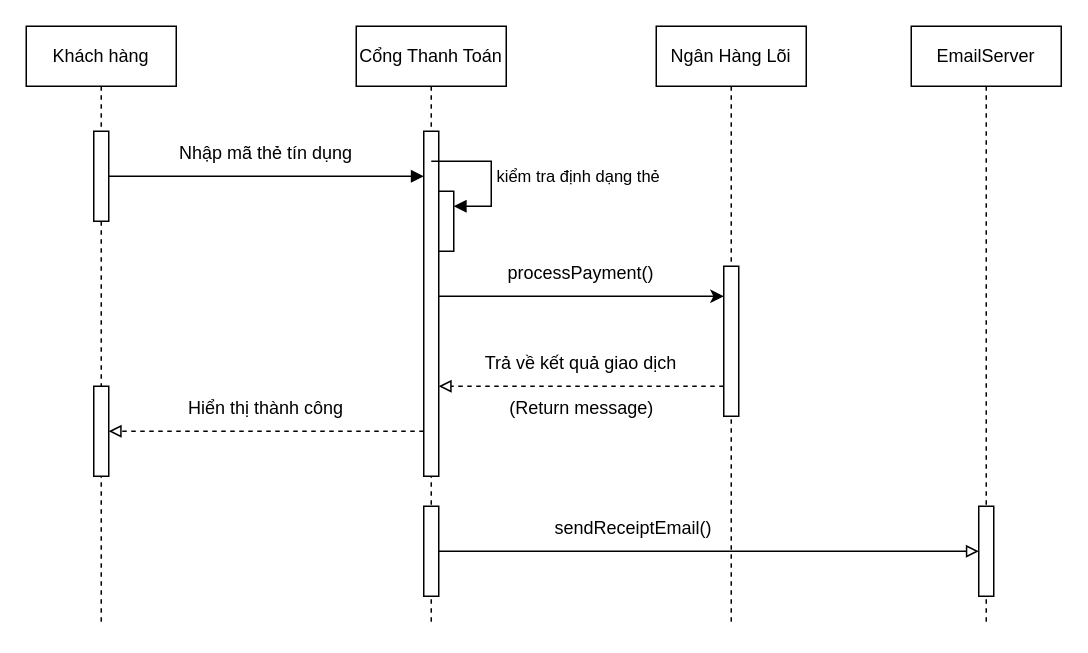
Before: B02.drawio in Yuk1n3IzHav/B25DTCN324_IT105_session_10_bai_2, a draw.io diagram. Source tidied: cells renumbered, new cells numbered last; positions are measured from the earlier drawing's top-left corner, leaving out a move shared by most shapes. Both pictures are drawn from the tidied source at 150%, with x=0, y=0 at pixel (26, 26).
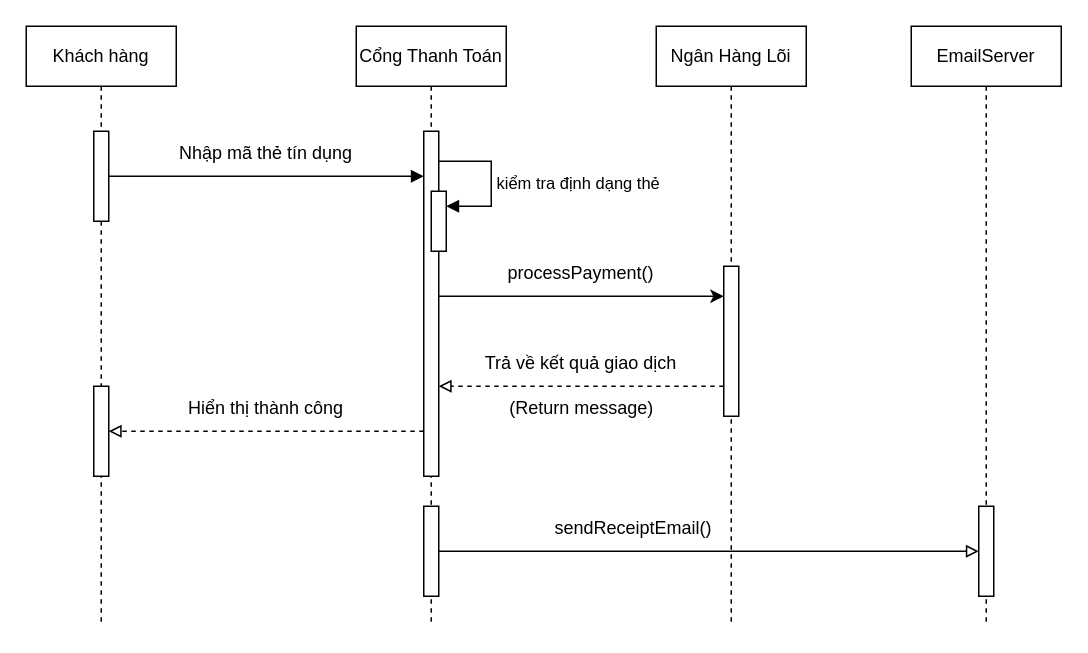
Above is the later version.

Unchanged cells that the change refers to:
```xml
<mxCell id="4" value="Cổng Thanh Toán" style="shape=umlLifeline;perimeter=lifelinePerimeter;whiteSpace=wrap;html=1;newEdgeStyle={&quot;curved&quot;:0,&quot;rounded&quot;:0};" parent="1" vertex="1">
  <mxGeometry x="220" width="100" height="400" as="geometry" />
</mxCell>
<mxCell id="5" style="html=1;points=[[0,0,0,0,5],[0,1,0,0,-5],[1,0,0,0,5],[1,1,0,0,-5]];perimeter=orthogonalPerimeter;outlineConnect=0;targetShapes=umlLifeline;portConstraint=eastwest;newEdgeStyle={&quot;curved&quot;:0,&quot;rounded&quot;:0};" parent="4" vertex="1">
  <mxGeometry x="45" y="70" width="10" height="230" as="geometry" />
</mxCell>
```

Change to the diagram source:
```diff
@@
-    <mxCell id="7" value="kiểm tra định dạng thẻ" style="html=1;align=left;spacingLeft=2;endArrow=block;rounded=0;edgeStyle=orthogonalEdgeStyle;curved=0;rounded=0;exitX=0.5;exitY=0.087;exitDx=0;exitDy=0;exitPerimeter=0;" parent="4" edge="1" source="5" target="8">
+    <mxCell id="7" value="kiểm tra định dạng thẻ" style="html=1;align=left;spacingLeft=2;endArrow=block;rounded=0;edgeStyle=orthogonalEdgeStyle;curved=0;rounded=0;" parent="4" edge="1" target="8">
       <mxGeometry x="0.05" relative="1" as="geometry">
+        <mxPoint x="55" y="90" as="sourcePoint" />
         <Array as="points">
           <mxPoint x="90" y="90" />
           <mxPoint x="90" y="120" />
         </Array>
       </mxGeometry>
     </mxCell>
     <mxCell id="8" style="html=1;points=[[0,0,0,0,5],[0,1,0,0,-5],[1,0,0,0,5],[1,1,0,0,-5]];perimeter=orthogonalPerimeter;outlineConnect=0;targetShapes=umlLifeline;portConstraint=eastwest;newEdgeStyle={&quot;curved&quot;:0,&quot;rounded&quot;:0};" parent="4" vertex="1">
-      <mxGeometry x="55" y="110" width="10" height="40" as="geometry" />
+      <mxGeometry x="50" y="110" width="10" height="40" as="geometry" />
     </mxCell>
```
